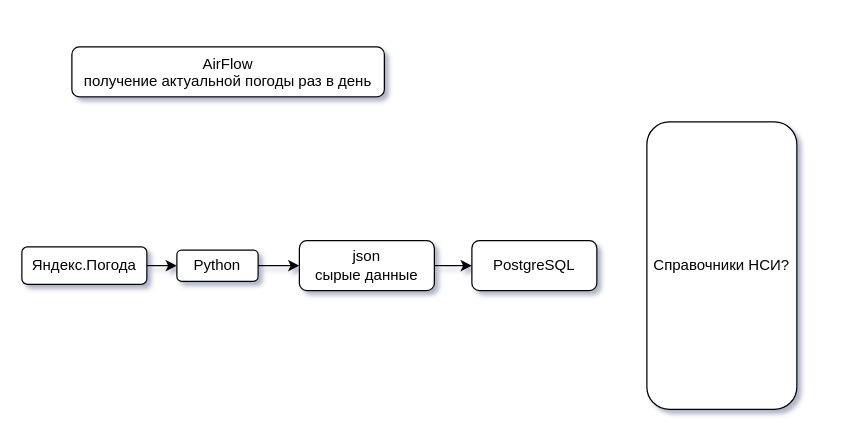
Above: DrawIO/Диаграмма без названия.drawio in BRISOV/draw_project (draw.io), before the change. Source tidied: cells renumbered, new cells numbered last; positions are measured from the earlier drawing's top-left corner, leaving out a move shared by most shapes. Both pictures are drawn from the tidied source at 125%, with x=0, y=0 at pixel (21, 46).
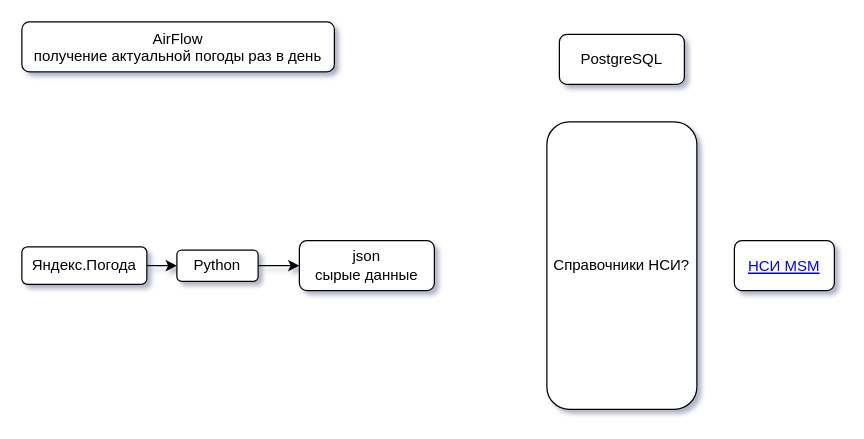
After the change.

The edit, as a diff of the source:
```diff
@@
 <mxGraphModel shadow="1">
   <root>
     <mxCell id="0" />
     <mxCell id="1" parent="0" />
     <mxCell id="2" style="edgeStyle=orthogonalEdgeStyle;rounded=0;jettySize=auto;html=1;exitX=1;exitY=0.5;exitDx=0;exitDy=0;entryX=0;entryY=0.5;entryDx=0;entryDy=0;" parent="1" edge="1" source="3" target="4">
       <mxGeometry relative="1" as="geometry" />
     </mxCell>
     <mxCell id="3" value="Яндекс.Погода" style="rounded=1;whiteSpace=wrap;html=1;fillColor=default;" parent="1" vertex="1">
       <mxGeometry y="160" width="100" height="30" as="geometry" />
     </mxCell>
     <mxCell id="4" value="Python" style="rounded=1;whiteSpace=wrap;html=1;" parent="1" vertex="1">
       <mxGeometry x="124" y="162.5" width="65" height="25" as="geometry" />
     </mxCell>
-    <mxCell id="5" style="edgeStyle=orthogonalEdgeStyle;rounded=0;jettySize=auto;html=1;exitX=1;exitY=0.5;exitDx=0;exitDy=0;entryX=0;entryY=0.5;entryDx=0;entryDy=0;" parent="1" edge="1" source="6" target="9">
-      <mxGeometry relative="1" as="geometry" />
-    </mxCell>
     <mxCell id="6" value="json&lt;div&gt;сырые данные&lt;/div&gt;" style="rounded=1;whiteSpace=wrap;html=1;" parent="1" vertex="1">
       <mxGeometry x="222" y="155" width="108" height="40" as="geometry" />
     </mxCell>
     <mxCell id="7" value="AirFlow&lt;div&gt;получение актуальной погоды раз в день&lt;/div&gt;" style="rounded=1;whiteSpace=wrap;html=1;fillColor=default;verticalAlign=top;" parent="1" vertex="1">
-      <mxGeometry x="40" width="250" height="40" as="geometry" />
+      <mxGeometry y="-20" width="250" height="40" as="geometry" />
     </mxCell>
     <mxCell id="8" style="edgeStyle=orthogonalEdgeStyle;rounded=0;jettySize=auto;html=1;exitX=1;exitY=0.5;exitDx=0;exitDy=0;entryX=0;entryY=0.5;entryDx=0;entryDy=0;" parent="1" edge="1" source="4" target="6">
       <mxGeometry relative="1" as="geometry" />
     </mxCell>
     <mxCell id="9" value="PostgreSQL" style="rounded=1;whiteSpace=wrap;html=1;" parent="1" vertex="1">
-      <mxGeometry x="360" y="155" width="100" height="40" as="geometry" />
+      <mxGeometry x="430" y="-10" width="100" height="40" as="geometry" />
     </mxCell>
     <mxCell id="10" value="Справочники НСИ?" style="rounded=1;whiteSpace=wrap;html=1;" parent="1" vertex="1">
-      <mxGeometry x="500" y="60" width="120" height="230" as="geometry" />
+      <mxGeometry x="420" y="60" width="120" height="230" as="geometry" />
     </mxCell>
+    <mxCell id="11" value="НСИ MSM" style="fontColor=#0000EE;fontStyle=4;rounded=1;overflow=hidden;spacing=10;" parent="1" vertex="1">
+      <mxGeometry x="570" y="155" width="80" height="40" as="geometry" />
+    </mxCell>
   </root>
 </mxGraphModel>
```
